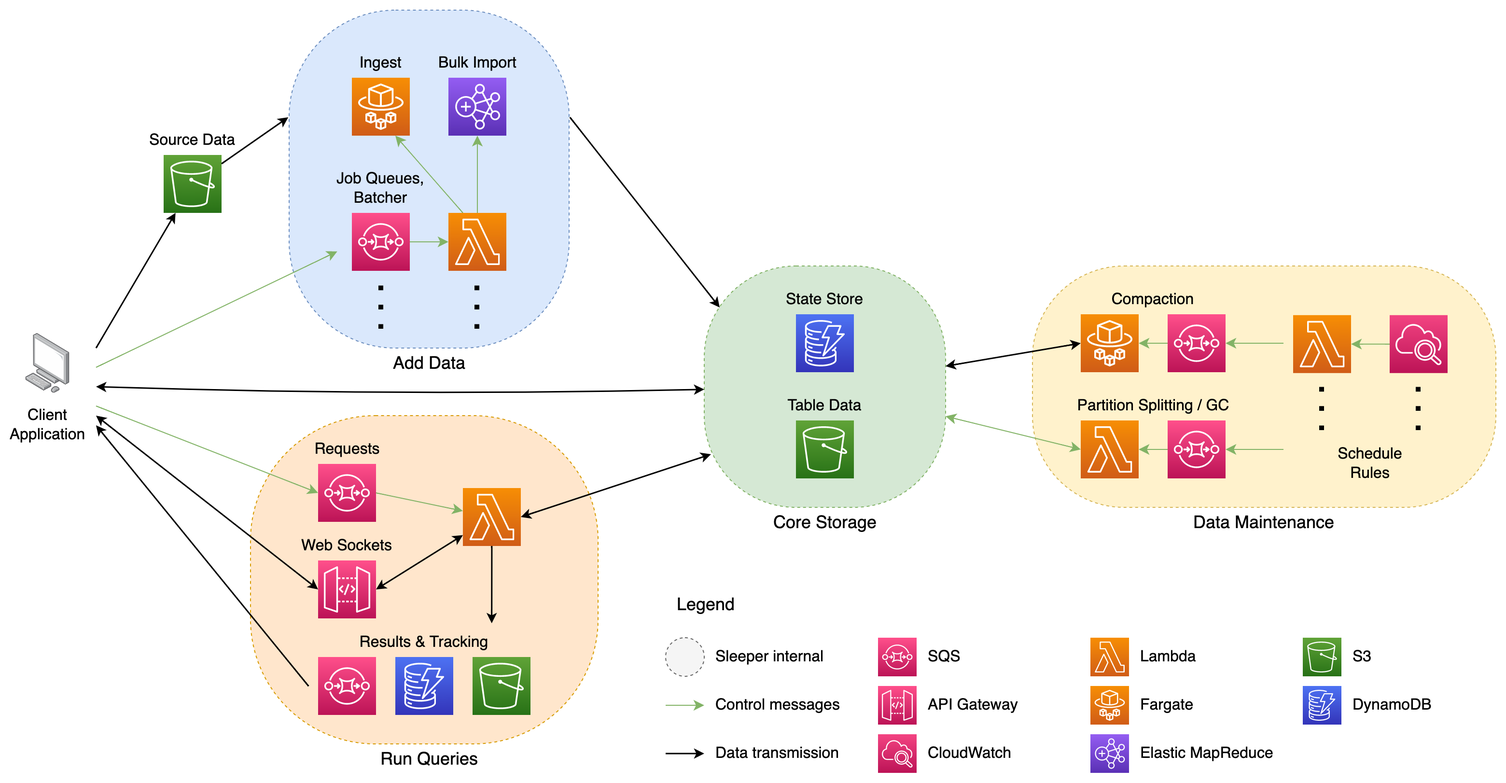
gchq/sleeper keeps this draw.io diagram as docs/diagrams/high-level-design.png. Above is the earlier version. Source tidied: cells renumbered, new cells last; positions are measured from the earlier drawing's top-left corner, leaving out a move shared by most shapes.
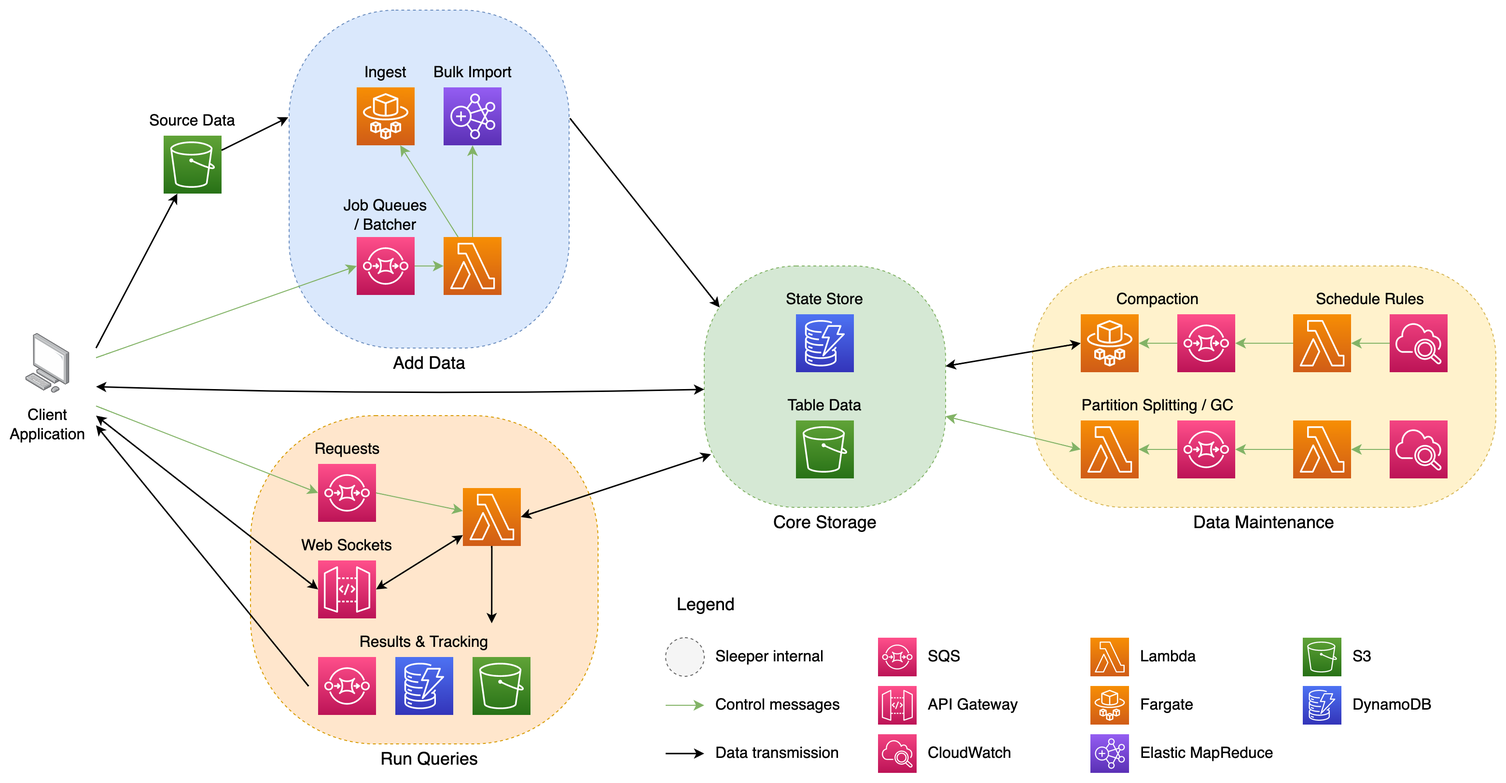
Later version of the same file.

Commit message:
Remove ellipses for triggered Lambdas

Change to the diagram source:
```diff
@@ -29,17 +29,5 @@
     <mxCell id="10" style="sketch=0;points=[[0,0,0],[0.25,0,0],[0.5,0,0],[0.75,0,0],[1,0,0],[0,1,0],[0.25,1,0],[0.5,1,0],[0.75,1,0],[1,1,0],[0,0.25,0],[0,0.5,0],[0,0.75,0],[1,0.25,0],[1,0.5,0],[1,0.75,0]];outlineConnect=0;fontColor=#232F3E;gradientColor=#FF4F8B;gradientDirection=north;fillColor=#BC1356;strokeColor=#ffffff;dashed=0;verticalLabelPosition=bottom;verticalAlign=top;align=center;html=1;fontSize=12;fontStyle=0;shape=mxgraph.aws4.resourceIcon;resIcon=mxgraph.aws4.sqs;" parent="1" vertex="1">
-      <mxGeometry x="345" y="210" width="60" height="60" as="geometry" />
+      <mxGeometry x="350" y="235" width="60" height="60" as="geometry" />
     </mxCell>
-    <mxCell id="11" style="endArrow=none;dashed=1;html=1;dashPattern=1 3;strokeWidth=5;rounded=0;fontSize=12;startSize=8;endSize=8;curved=1;" parent="1" edge="1">
-      <mxGeometry relative="1" as="geometry">
-        <mxPoint x="375" y="330" as="sourcePoint" />
-        <mxPoint x="375" y="280" as="targetPoint" />
-      </mxGeometry>
-    </mxCell>
-    <mxCell id="12" style="sketch=0;points=[[0,0,0],[0.25,0,0],[0.5,0,0],[0.75,0,0],[1,0,0],[0,1,0],[0.25,1,0],[0.5,1,0],[0.75,1,0],[1,1,0],[0,0.25,0],[0,0.5,0],[0,0.75,0],[1,0.25,0],[1,0.5,0],[1,0.75,0]];outlineConnect=0;fontColor=#232F3E;gradientColor=#F78E04;gradientDirection=north;fillColor=#D05C17;strokeColor=#ffffff;dashed=0;verticalLabelPosition=bottom;verticalAlign=top;align=center;html=1;fontSize=12;fontStyle=0;shape=mxgraph.aws4.resourceIcon;resIcon=mxgraph.aws4.fargate;" parent="1" vertex="1">
-      <mxGeometry x="345" y="70" width="60" height="60" as="geometry" />
-    </mxCell>
-    <mxCell id="13" style="edgeStyle=none;curved=1;rounded=0;jettySize=auto;html=1;fontSize=12;startSize=8;endSize=8;exitX=0.25;exitY=0;exitDx=0;exitDy=0;exitPerimeter=0;fillColor=#d5e8d4;strokeColor=#82b366;entryX=0.75;entryY=1;entryDx=0;entryDy=0;entryPerimeter=0;" parent="1" edge="1" source="15" target="12">
-      <mxGeometry relative="1" as="geometry" />
-    </mxCell>
-    <mxCell id="14" style="edgeStyle=none;curved=1;rounded=0;jettySize=auto;html=1;fontSize=12;startSize=8;endSize=8;fillColor=#d5e8d4;strokeColor=#82b366;" parent="1" edge="1" source="15" target="83">
+    <mxCell id="14" style="edgeStyle=none;curved=1;rounded=0;jettySize=auto;html=1;fontSize=12;startSize=8;endSize=8;fillColor=#d5e8d4;strokeColor=#82b366;exitX=0.5;exitY=0;exitDx=0;exitDy=0;exitPerimeter=0;entryX=0.5;entryY=1;entryDx=0;entryDy=0;entryPerimeter=0;" parent="1" edge="1" source="15" target="83">
       <mxGeometry relative="1" as="geometry" />
@@ -47,9 +35,6 @@
     <mxCell id="15" style="sketch=0;points=[[0,0,0],[0.25,0,0],[0.5,0,0],[0.75,0,0],[1,0,0],[0,1,0],[0.25,1,0],[0.5,1,0],[0.75,1,0],[1,1,0],[0,0.25,0],[0,0.5,0],[0,0.75,0],[1,0.25,0],[1,0.5,0],[1,0.75,0]];outlineConnect=0;fontColor=#232F3E;gradientColor=#F78E04;gradientDirection=north;fillColor=#D05C17;strokeColor=#ffffff;dashed=0;verticalLabelPosition=bottom;verticalAlign=top;align=center;html=1;fontSize=12;fontStyle=0;shape=mxgraph.aws4.resourceIcon;resIcon=mxgraph.aws4.lambda;" parent="1" vertex="1">
-      <mxGeometry x="445" y="210" width="60" height="60" as="geometry" />
+      <mxGeometry x="440" y="235" width="60" height="60" as="geometry" />
     </mxCell>
-    <mxCell id="16" value="Ingest" style="text;html=1;strokeColor=none;fillColor=none;align=center;verticalAlign=middle;whiteSpace=wrap;rounded=0;fontSize=16;" parent="1" vertex="1">
-      <mxGeometry x="345" y="40" width="60" height="30" as="geometry" />
-    </mxCell>
     <mxCell id="17" value="Bulk Import" style="text;html=1;strokeColor=none;fillColor=none;align=center;verticalAlign=middle;whiteSpace=wrap;rounded=0;fontSize=16;" parent="1" vertex="1">
-      <mxGeometry x="422.5" y="40" width="105" height="30" as="geometry" />
+      <mxGeometry x="417.5" y="50" width="105" height="30" as="geometry" />
     </mxCell>
@@ -66,4 +51,4 @@
     </mxCell>
-    <mxCell id="21" value="Job Queues, Batcher" style="text;html=1;strokeColor=none;fillColor=none;align=center;verticalAlign=middle;whiteSpace=wrap;rounded=0;fontSize=16;" parent="1" vertex="1">
-      <mxGeometry x="325" y="160" width="100" height="50" as="geometry" />
+    <mxCell id="21" value="Job Queues&lt;br&gt;/ Batcher" style="text;html=1;strokeColor=none;fillColor=none;align=center;verticalAlign=middle;whiteSpace=wrap;rounded=0;fontSize=16;" parent="1" vertex="1">
+      <mxGeometry x="330" y="190" width="100" height="45" as="geometry" />
     </mxCell>
@@ -101,10 +86,4 @@
     <mxCell id="31" style="sketch=0;points=[[0,0,0],[0.25,0,0],[0.5,0,0],[0.75,0,0],[1,0,0],[0,1,0],[0.25,1,0],[0.5,1,0],[0.75,1,0],[1,1,0],[0,0.25,0],[0,0.5,0],[0,0.75,0],[1,0.25,0],[1,0.5,0],[1,0.75,0]];points=[[0,0,0],[0.25,0,0],[0.5,0,0],[0.75,0,0],[1,0,0],[0,1,0],[0.25,1,0],[0.5,1,0],[0.75,1,0],[1,1,0],[0,0.25,0],[0,0.5,0],[0,0.75,0],[1,0.25,0],[1,0.5,0],[1,0.75,0]];outlineConnect=0;fontColor=#232F3E;gradientColor=#F34482;gradientDirection=north;fillColor=#BC1356;strokeColor=#ffffff;dashed=0;verticalLabelPosition=bottom;verticalAlign=top;align=center;html=1;fontSize=12;fontStyle=0;shape=mxgraph.aws4.resourceIcon;resIcon=mxgraph.aws4.cloudwatch_2;" parent="1" vertex="1">
-      <mxGeometry x="1420" y="315.9" width="60" height="60" as="geometry" />
+      <mxGeometry x="1420" y="315" width="60" height="60" as="geometry" />
     </mxCell>
-    <mxCell id="32" style="endArrow=none;dashed=1;html=1;dashPattern=1 3;strokeWidth=5;rounded=0;fontSize=12;startSize=8;endSize=8;curved=1;" parent="1" edge="1">
-      <mxGeometry relative="1" as="geometry">
-        <mxPoint x="1449.5" y="435" as="sourcePoint" />
-        <mxPoint x="1449.5" y="385" as="targetPoint" />
-      </mxGeometry>
-    </mxCell>
     <mxCell id="33" style="sketch=0;fontColor=#232F3E;gradientColor=#4D72F3;gradientDirection=north;fillColor=#3334B9;strokeColor=#ffffff;dashed=0;verticalLabelPosition=bottom;verticalAlign=top;align=center;html=1;fontSize=12;fontStyle=0;shape=mxgraph.aws4.resourceIcon;resIcon=mxgraph.aws4.dynamodb;" parent="1" vertex="1">
@@ -121,6 +100,4 @@
     </mxCell>
-    <mxCell id="37" style="edgeStyle=none;curved=1;rounded=0;jettySize=auto;html=1;fontSize=12;startSize=8;endSize=8;fillColor=#d5e8d4;strokeColor=#82b366;" parent="1" edge="1" target="39">
-      <mxGeometry relative="1" as="geometry">
-        <mxPoint x="1310" y="455" as="sourcePoint" />
-      </mxGeometry>
+    <mxCell id="37" style="edgeStyle=none;curved=1;rounded=0;jettySize=auto;html=1;fontSize=12;startSize=8;endSize=8;fillColor=#d5e8d4;strokeColor=#82b366;" parent="1" edge="1" source="94" target="39">
+      <mxGeometry relative="1" as="geometry" />
     </mxCell>
@@ -130,3 +107,3 @@
     <mxCell id="39" style="sketch=0;points=[[0,0,0],[0.25,0,0],[0.5,0,0],[0.75,0,0],[1,0,0],[0,1,0],[0.25,1,0],[0.5,1,0],[0.75,1,0],[1,1,0],[0,0.25,0],[0,0.5,0],[0,0.75,0],[1,0.25,0],[1,0.5,0],[1,0.75,0]];outlineConnect=0;fontColor=#232F3E;gradientColor=#FF4F8B;gradientDirection=north;fillColor=#BC1356;strokeColor=#ffffff;dashed=0;verticalLabelPosition=bottom;verticalAlign=top;align=center;html=1;fontSize=12;fontStyle=0;shape=mxgraph.aws4.resourceIcon;resIcon=mxgraph.aws4.sqs;" parent="1" vertex="1">
-      <mxGeometry x="1190" y="425" width="60" height="60" as="geometry" />
+      <mxGeometry x="1200" y="425" width="60" height="60" as="geometry" />
     </mxCell>
@@ -138,9 +115,7 @@
     </mxCell>
-    <mxCell id="42" style="edgeStyle=none;curved=1;rounded=0;jettySize=auto;html=1;fontSize=12;startSize=8;endSize=8;fillColor=#d5e8d4;strokeColor=#82b366;" parent="1" edge="1" target="45">
-      <mxGeometry relative="1" as="geometry">
-        <mxPoint x="1310" y="345" as="sourcePoint" />
-      </mxGeometry>
+    <mxCell id="42" style="edgeStyle=none;curved=1;rounded=0;jettySize=auto;html=1;fontSize=12;startSize=8;endSize=8;fillColor=#d5e8d4;strokeColor=#82b366;" parent="1" edge="1" source="43" target="45">
+      <mxGeometry relative="1" as="geometry" />
     </mxCell>
     <mxCell id="43" style="sketch=0;points=[[0,0,0],[0.25,0,0],[0.5,0,0],[0.75,0,0],[1,0,0],[0,1,0],[0.25,1,0],[0.5,1,0],[0.75,1,0],[1,1,0],[0,0.25,0],[0,0.5,0],[0,0.75,0],[1,0.25,0],[1,0.5,0],[1,0.75,0]];outlineConnect=0;fontColor=#232F3E;gradientColor=#F78E04;gradientDirection=north;fillColor=#D05C17;strokeColor=#ffffff;dashed=0;verticalLabelPosition=bottom;verticalAlign=top;align=center;html=1;fontSize=12;fontStyle=0;shape=mxgraph.aws4.resourceIcon;resIcon=mxgraph.aws4.lambda;" parent="1" vertex="1">
-      <mxGeometry x="1320" y="315.9" width="60" height="60" as="geometry" />
+      <mxGeometry x="1320" y="315" width="60" height="60" as="geometry" />
     </mxCell>
@@ -150,3 +125,3 @@
     <mxCell id="45" style="sketch=0;points=[[0,0,0],[0.25,0,0],[0.5,0,0],[0.75,0,0],[1,0,0],[0,1,0],[0.25,1,0],[0.5,1,0],[0.75,1,0],[1,1,0],[0,0.25,0],[0,0.5,0],[0,0.75,0],[1,0.25,0],[1,0.5,0],[1,0.75,0]];outlineConnect=0;fontColor=#232F3E;gradientColor=#FF4F8B;gradientDirection=north;fillColor=#BC1356;strokeColor=#ffffff;dashed=0;verticalLabelPosition=bottom;verticalAlign=top;align=center;html=1;fontSize=12;fontStyle=0;shape=mxgraph.aws4.resourceIcon;resIcon=mxgraph.aws4.sqs;" parent="1" vertex="1">
-      <mxGeometry x="1190" y="315" width="60" height="60" as="geometry" />
+      <mxGeometry x="1200" y="315" width="60" height="60" as="geometry" />
     </mxCell>
@@ -159,15 +134,9 @@
     <mxCell id="48" value="Compaction" style="text;html=1;strokeColor=none;fillColor=none;align=center;verticalAlign=middle;whiteSpace=wrap;rounded=0;fontSize=16;" parent="1" vertex="1">
-      <mxGeometry x="1120" y="285" width="110" height="30" as="geometry" />
+      <mxGeometry x="1100" y="285" width="160" height="30" as="geometry" />
     </mxCell>
     <mxCell id="49" value="Partition Splitting / GC" style="text;html=1;strokeColor=none;fillColor=none;align=center;verticalAlign=middle;whiteSpace=wrap;rounded=0;fontSize=16;" parent="1" vertex="1">
-      <mxGeometry x="1092.5" y="395" width="165" height="30" as="geometry" />
+      <mxGeometry x="1090" y="395" width="180" height="30" as="geometry" />
     </mxCell>
-    <mxCell id="50" style="endArrow=none;dashed=1;html=1;dashPattern=1 3;strokeWidth=5;rounded=0;fontSize=12;startSize=8;endSize=8;curved=1;" parent="1" edge="1">
-      <mxGeometry relative="1" as="geometry">
-        <mxPoint x="1349.5" y="435" as="sourcePoint" />
-        <mxPoint x="1349.5" y="385" as="targetPoint" />
-      </mxGeometry>
-    </mxCell>
-    <mxCell id="51" value="Schedule&lt;br&gt;Rules" style="text;html=1;strokeColor=none;fillColor=none;align=center;verticalAlign=middle;whiteSpace=wrap;rounded=0;fontSize=16;" parent="1" vertex="1">
-      <mxGeometry x="1340" y="445" width="120" height="50" as="geometry" />
+    <mxCell id="51" value="Schedule Rules" style="text;html=1;strokeColor=none;fillColor=none;align=center;verticalAlign=middle;whiteSpace=wrap;rounded=0;fontSize=16;" parent="1" vertex="1">
+      <mxGeometry x="1320" y="285" width="160" height="30" as="geometry" />
     </mxCell>
@@ -224,17 +193,11 @@
     </mxCell>
-    <mxCell id="69" style="endArrow=none;dashed=1;html=1;dashPattern=1 3;strokeWidth=5;rounded=0;fontSize=12;startSize=8;endSize=8;curved=1;" parent="1" edge="1">
-      <mxGeometry relative="1" as="geometry">
-        <mxPoint x="474.5" y="330" as="sourcePoint" />
-        <mxPoint x="474.5" y="280" as="targetPoint" />
-      </mxGeometry>
-    </mxCell>
     <mxCell id="70" style="sketch=0;points=[[0,0,0],[0.25,0,0],[0.5,0,0],[0.75,0,0],[1,0,0],[0,1,0],[0.25,1,0],[0.5,1,0],[0.75,1,0],[1,1,0],[0,0.25,0],[0,0.5,0],[0,0.75,0],[1,0.25,0],[1,0.5,0],[1,0.75,0]];outlineConnect=0;fontColor=#232F3E;gradientColor=#60A337;gradientDirection=north;fillColor=#277116;strokeColor=#ffffff;dashed=0;verticalLabelPosition=bottom;verticalAlign=top;align=center;html=1;fontSize=12;fontStyle=0;shape=mxgraph.aws4.resourceIcon;resIcon=mxgraph.aws4.s3;" parent="1" vertex="1">
-      <mxGeometry x="150" y="150" width="60" height="60" as="geometry" />
+      <mxGeometry x="150" y="130" width="60" height="60" as="geometry" />
     </mxCell>
     <mxCell id="71" value="Source Data" style="text;html=1;strokeColor=none;fillColor=none;align=center;verticalAlign=middle;whiteSpace=wrap;rounded=0;fontSize=16;" parent="1" vertex="1">
-      <mxGeometry x="130" y="120" width="100" height="30" as="geometry" />
+      <mxGeometry x="130" y="100" width="100" height="30" as="geometry" />
     </mxCell>
-    <mxCell id="72" style="endArrow=classic;html=1;rounded=0;fontSize=12;startSize=8;endSize=8;curved=1;fillColor=#d5e8d4;strokeColor=#82b366;strokeWidth=1;entryX=0.172;entryY=0.714;entryDx=0;entryDy=0;entryPerimeter=0;" parent="1" edge="1" target="3">
+    <mxCell id="72" style="endArrow=classic;html=1;rounded=0;fontSize=12;startSize=8;endSize=8;curved=1;fillColor=#d5e8d4;strokeColor=#82b366;strokeWidth=1;entryX=0;entryY=0.5;entryDx=0;entryDy=0;entryPerimeter=0;" parent="1" edge="1" target="10">
       <mxGeometry relative="1" as="geometry">
-        <mxPoint x="80" y="370" as="sourcePoint" />
+        <mxPoint x="80" y="360" as="sourcePoint" />
       </mxGeometry>
@@ -277,3 +240,3 @@
       <mxGeometry relative="1" as="geometry">
-        <mxPoint x="470" y="80" as="sourcePoint" />
+        <mxPoint x="455" y="90" as="sourcePoint" />
       </mxGeometry>
@@ -281,7 +244,4 @@
     <mxCell id="83" style="sketch=0;points=[[0,0,0],[0.25,0,0],[0.5,0,0],[0.75,0,0],[1,0,0],[0,1,0],[0.25,1,0],[0.5,1,0],[0.75,1,0],[1,1,0],[0,0.25,0],[0,0.5,0],[0,0.75,0],[1,0.25,0],[1,0.5,0],[1,0.75,0]];outlineConnect=0;fontColor=#232F3E;gradientColor=#945DF2;gradientDirection=north;fillColor=#5A30B5;strokeColor=#ffffff;dashed=0;verticalLabelPosition=bottom;verticalAlign=top;align=center;html=1;fontSize=12;fontStyle=0;shape=mxgraph.aws4.resourceIcon;resIcon=mxgraph.aws4.emr;" parent="1" vertex="1">
-      <mxGeometry x="445" y="70" width="60" height="60" as="geometry" />
+      <mxGeometry x="440" y="80" width="60" height="60" as="geometry" />
     </mxCell>
-    <mxCell id="84" style="edgeStyle=none;curved=1;rounded=0;orthogonalLoop=1;jettySize=auto;html=1;exitX=0.5;exitY=0;exitDx=0;exitDy=0;fontSize=12;startSize=8;endSize=8;" parent="1" edge="1" source="16" target="16">
-      <mxGeometry relative="1" as="geometry" />
-    </mxCell>
     <mxCell id="85" style="rounded=1;whiteSpace=wrap;html=1;fontSize=16;fillColor=#f5f5f5;strokeColor=#666666;dashed=1;arcSize=50;fontColor=#333333;" parent="1" vertex="1">
@@ -318,5 +278,23 @@
     </mxCell>
-    <mxCell id="93" style="endArrow=classic;html=1;rounded=0;fontSize=12;startSize=6;endSize=6;curved=1;strokeWidth=1.5;entryX=0.064;entryY=0.172;entryDx=0;entryDy=0;entryPerimeter=0;exitX=1.003;exitY=0.317;exitDx=0;exitDy=0;exitPerimeter=0;" parent="1" edge="1" source="3" target="5">
+    <mxCell id="93" style="endArrow=classic;html=1;rounded=0;fontSize=12;startSize=6;endSize=6;curved=1;strokeWidth=1.5;entryX=0.064;entryY=0.172;entryDx=0;entryDy=0;entryPerimeter=0;exitX=1.003;exitY=0.32;exitDx=0;exitDy=0;exitPerimeter=0;" parent="1" edge="1" source="3" target="5">
       <mxGeometry relative="1" as="geometry" />
     </mxCell>
+    <mxCell id="94" style="sketch=0;points=[[0,0,0],[0.25,0,0],[0.5,0,0],[0.75,0,0],[1,0,0],[0,1,0],[0.25,1,0],[0.5,1,0],[0.75,1,0],[1,1,0],[0,0.25,0],[0,0.5,0],[0,0.75,0],[1,0.25,0],[1,0.5,0],[1,0.75,0]];outlineConnect=0;fontColor=#232F3E;gradientColor=#F78E04;gradientDirection=north;fillColor=#D05C17;strokeColor=#ffffff;dashed=0;verticalLabelPosition=bottom;verticalAlign=top;align=center;html=1;fontSize=12;fontStyle=0;shape=mxgraph.aws4.resourceIcon;resIcon=mxgraph.aws4.lambda;" parent="1" vertex="1">
+      <mxGeometry x="1320" y="425" width="60" height="60" as="geometry" />
+    </mxCell>
+    <mxCell id="95" style="sketch=0;points=[[0,0,0],[0.25,0,0],[0.5,0,0],[0.75,0,0],[1,0,0],[0,1,0],[0.25,1,0],[0.5,1,0],[0.75,1,0],[1,1,0],[0,0.25,0],[0,0.5,0],[0,0.75,0],[1,0.25,0],[1,0.5,0],[1,0.75,0]];points=[[0,0,0],[0.25,0,0],[0.5,0,0],[0.75,0,0],[1,0,0],[0,1,0],[0.25,1,0],[0.5,1,0],[0.75,1,0],[1,1,0],[0,0.25,0],[0,0.5,0],[0,0.75,0],[1,0.25,0],[1,0.5,0],[1,0.75,0]];outlineConnect=0;fontColor=#232F3E;gradientColor=#F34482;gradientDirection=north;fillColor=#BC1356;strokeColor=#ffffff;dashed=0;verticalLabelPosition=bottom;verticalAlign=top;align=center;html=1;fontSize=12;fontStyle=0;shape=mxgraph.aws4.resourceIcon;resIcon=mxgraph.aws4.cloudwatch_2;" parent="1" vertex="1">
+      <mxGeometry x="1420" y="425" width="60" height="60" as="geometry" />
+    </mxCell>
+    <mxCell id="96" style="edgeStyle=none;curved=1;rounded=0;jettySize=auto;html=1;fontSize=12;startSize=8;endSize=8;fillColor=#d5e8d4;strokeColor=#82b366;" parent="1" edge="1" source="95" target="94">
+      <mxGeometry relative="1" as="geometry" />
+    </mxCell>
+    <mxCell id="97" style="sketch=0;points=[[0,0,0],[0.25,0,0],[0.5,0,0],[0.75,0,0],[1,0,0],[0,1,0],[0.25,1,0],[0.5,1,0],[0.75,1,0],[1,1,0],[0,0.25,0],[0,0.5,0],[0,0.75,0],[1,0.25,0],[1,0.5,0],[1,0.75,0]];outlineConnect=0;fontColor=#232F3E;gradientColor=#F78E04;gradientDirection=north;fillColor=#D05C17;strokeColor=#ffffff;dashed=0;verticalLabelPosition=bottom;verticalAlign=top;align=center;html=1;fontSize=12;fontStyle=0;shape=mxgraph.aws4.resourceIcon;resIcon=mxgraph.aws4.fargate;" parent="1" vertex="1">
+      <mxGeometry x="350" y="80" width="60" height="60" as="geometry" />
+    </mxCell>
+    <mxCell id="16" value="Ingest" style="text;html=1;strokeColor=none;fillColor=none;align=center;verticalAlign=middle;whiteSpace=wrap;rounded=0;fontSize=16;" parent="1" vertex="1">
+      <mxGeometry x="350" y="50" width="60" height="30" as="geometry" />
+    </mxCell>
+    <mxCell id="98" style="edgeStyle=none;curved=1;rounded=0;jettySize=auto;html=1;fontSize=12;startSize=8;endSize=8;fillColor=#d5e8d4;strokeColor=#82b366;exitX=0.25;exitY=0;exitDx=0;exitDy=0;exitPerimeter=0;entryX=0.75;entryY=1;entryDx=0;entryDy=0;entryPerimeter=0;" parent="1" edge="1" source="15" target="97">
+      <mxGeometry relative="1" as="geometry" />
+    </mxCell>
   </root>
```
